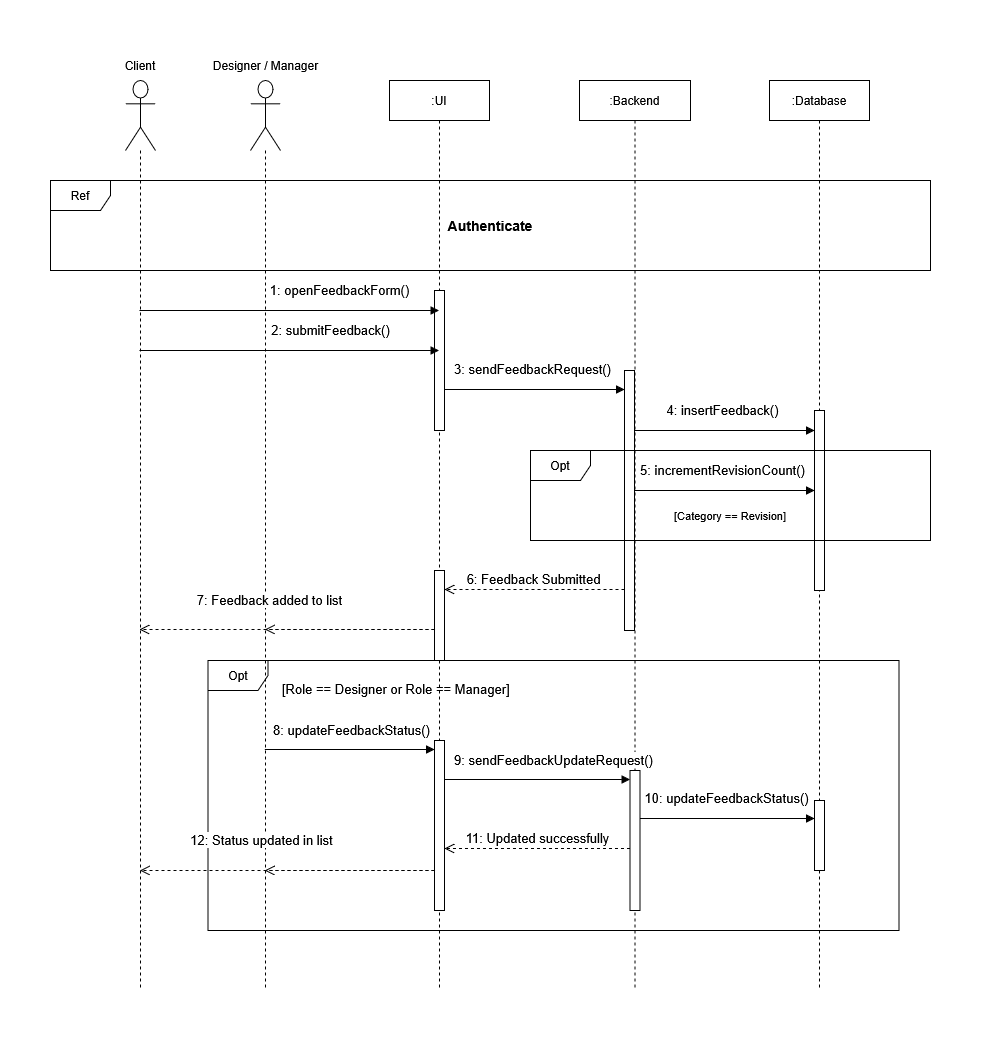
The draw.io diagram docs/diagrams/SequenceFeedback.drawio.png in mahdi000666/DesignFlow, before a commit. Source tidied: cells renumbered, new cells last; positions are measured from the earlier drawing's top-left corner, leaving out a move shared by most shapes.
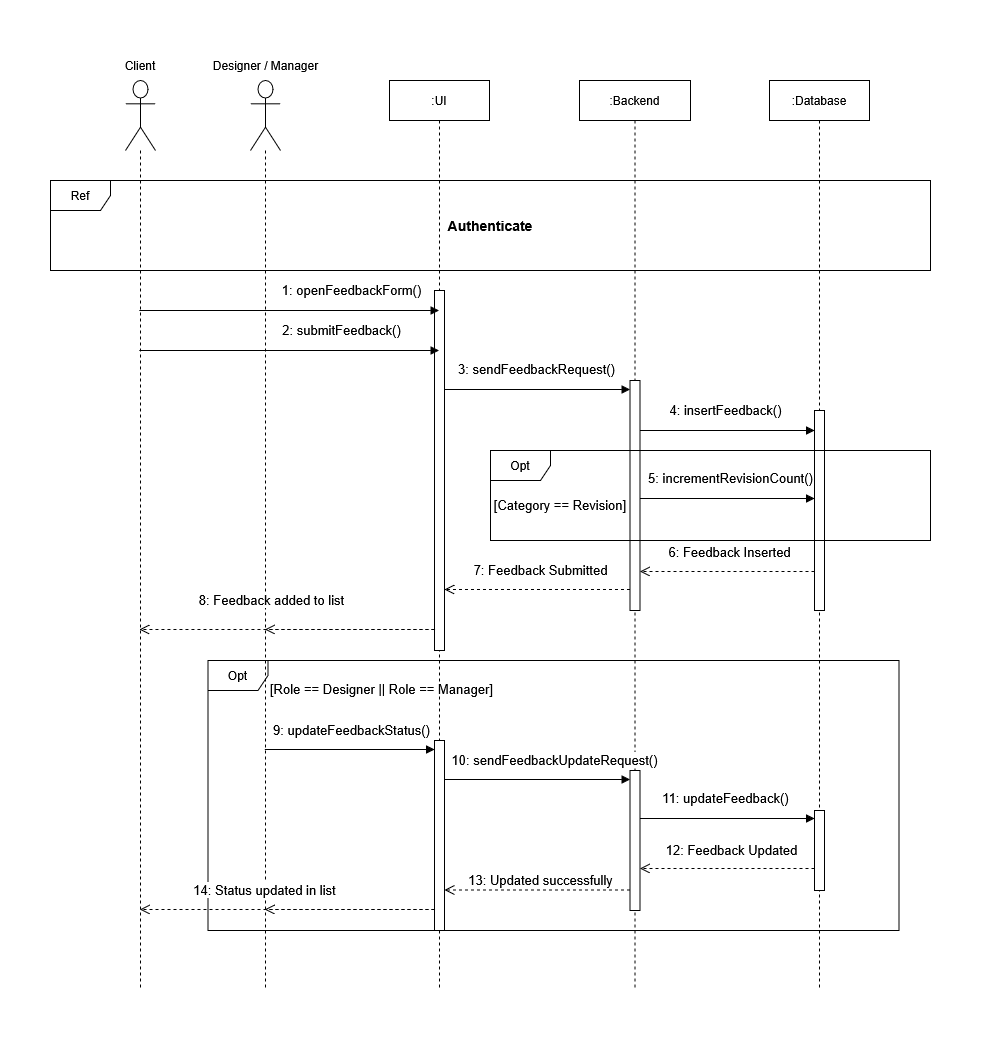
Later version of the same file.

Diff of the diagram source:
```diff
@@ -9,16 +9,13 @@
       <mxGeometry x="339" y="30" width="100" height="910" as="geometry" />
     </mxCell>
     <mxCell id="4" style="html=1;perimeter=orthogonalPerimeter;targetShapes=umlLifeline;newEdgeStyle={&quot;curved&quot;:0,&quot;rounded&quot;:0};" parent="3" vertex="1">
-      <mxGeometry x="45" y="210" width="10" height="140" as="geometry" />
+      <mxGeometry x="45" y="210" width="10" height="360" as="geometry" />
     </mxCell>
-    <mxCell id="5" style="html=1;perimeter=orthogonalPerimeter;targetShapes=umlLifeline;newEdgeStyle={&quot;curved&quot;:0,&quot;rounded&quot;:0};" parent="3" vertex="1">
-      <mxGeometry x="45" y="490" width="10" height="90" as="geometry" />
-    </mxCell>
     <mxCell id="6" value="&lt;div&gt;:Backend&lt;/div&gt;" style="shape=umlLifeline;perimeter=lifelinePerimeter;whiteSpace=wrap;html=1;newEdgeStyle={&quot;curved&quot;:0,&quot;rounded&quot;:0};" parent="1" vertex="1">
       <mxGeometry x="529" y="30" width="111" height="910" as="geometry" />
     </mxCell>
     <mxCell id="7" style="html=1;points=[[0,0,0,0,5],[0,1,0,0,-5],[1,0,0,0,5],[1,1,0,0,-5]];perimeter=orthogonalPerimeter;outlineConnect=0;targetShapes=umlLifeline;portConstraint=eastwest;newEdgeStyle={&quot;curved&quot;:0,&quot;rounded&quot;:0};" parent="6" vertex="1">
-      <mxGeometry x="45" y="290" width="10" height="260" as="geometry" />
+      <mxGeometry x="50.5" y="300" width="10" height="230" as="geometry" />
     </mxCell>
     <mxCell id="8" value="Opt" style="shape=umlFrame;whiteSpace=wrap;html=1;" parent="6" vertex="1">
       <mxGeometry x="-371.5" y="580" width="691" height="270" as="geometry" />
@@ -30,13 +27,13 @@
       <mxGeometry x="719" y="30" width="100" height="910" as="geometry" />
     </mxCell>
     <mxCell id="11" style="html=1;points=[[0,0,0,0,5],[0,1,0,0,-5],[1,0,0,0,5],[1,1,0,0,-5]];perimeter=orthogonalPerimeter;outlineConnect=0;targetShapes=umlLifeline;portConstraint=eastwest;newEdgeStyle={&quot;curved&quot;:0,&quot;rounded&quot;:0};" parent="10" vertex="1">
-      <mxGeometry x="45" y="330" width="10" height="180" as="geometry" />
+      <mxGeometry x="45" y="330" width="10" height="200" as="geometry" />
     </mxCell>
     <mxCell id="12" style="html=1;perimeter=orthogonalPerimeter;targetShapes=umlLifeline;newEdgeStyle={&quot;curved&quot;:0,&quot;rounded&quot;:0};" parent="10" vertex="1">
-      <mxGeometry x="45" y="720" width="10" height="70" as="geometry" />
+      <mxGeometry x="45" y="730" width="10" height="80" as="geometry" />
     </mxCell>
     <mxCell id="13" value="2: submitFeedback()" style="html=1;verticalAlign=bottom;endArrow=block;strokeWidth=1;fontSize=13;" parent="1" edge="1" source="2">
-      <mxGeometry x="0.27" y="10" relative="1" as="geometry">
+      <mxGeometry x="0.34" y="10" relative="1" as="geometry">
         <mxPoint x="388.5" y="300" as="targetPoint" />
       </mxGeometry>
     </mxCell>
@@ -50,7 +47,7 @@
       <mxGeometry x="410" y="160" width="60" height="30" as="geometry" />
     </mxCell>
     <mxCell id="17" value="1: openFeedbackForm()" style="html=1;verticalAlign=bottom;endArrow=block;strokeWidth=1;fontSize=13;" parent="1" edge="1" source="2">
-      <mxGeometry x="0.34" y="10" relative="1" as="geometry">
+      <mxGeometry x="0.41" y="10" relative="1" as="geometry">
         <mxPoint x="388.5" y="260" as="targetPoint" />
       </mxGeometry>
     </mxCell>
@@ -59,15 +56,14 @@
         <mxPoint x="394" y="339" as="sourcePoint" />
       </mxGeometry>
     </mxCell>
-    <mxCell id="19" value="4: insertFeedback()" style="html=1;verticalAlign=bottom;endArrow=block;strokeWidth=1;fontSize=13;" parent="1" edge="1">
+    <mxCell id="19" value="4: insertFeedback()" style="html=1;verticalAlign=bottom;endArrow=block;strokeWidth=1;fontSize=13;" parent="1" edge="1" source="7">
       <mxGeometry x="-0.02" y="10" relative="1" as="geometry">
-        <mxPoint x="584" y="380" as="sourcePoint" />
         <mxPoint x="764" y="380" as="targetPoint" />
       </mxGeometry>
     </mxCell>
-    <mxCell id="20" value="6: Feedback Submitted" style="html=1;verticalAlign=bottom;endArrow=open;dashed=1;endSize=8;curved=0;rounded=0;fontSize=13;" parent="1" edge="1">
-      <mxGeometry relative="1" as="geometry">
-        <mxPoint x="574" y="539" as="sourcePoint" />
+    <mxCell id="20" value="7: Feedback Submitted" style="html=1;verticalAlign=bottom;endArrow=open;dashed=1;endSize=8;curved=0;rounded=0;fontSize=13;" parent="1" edge="1">
+      <mxGeometry x="-0.04" y="-9" relative="1" as="geometry">
+        <mxPoint x="579.5" y="539" as="sourcePoint" />
         <mxPoint x="394" y="539" as="targetPoint" />
       </mxGeometry>
     </mxCell>
@@ -77,35 +73,36 @@
     <mxCell id="22" value="Designer / Manager" style="text;html=1;whiteSpace=wrap;strokeColor=none;fillColor=none;align=center;verticalAlign=middle;rounded=0;" parent="1" vertex="1">
       <mxGeometry x="157.5" width="115" height="30" as="geometry" />
     </mxCell>
-    <mxCell id="23" value="7: Feedback added to list" style="html=1;verticalAlign=bottom;endArrow=open;dashed=1;endSize=8;curved=0;rounded=0;fontSize=13;" parent="1" edge="1">
+    <mxCell id="23" value="8: Feedback added to list" style="html=1;verticalAlign=bottom;endArrow=open;dashed=1;endSize=8;curved=0;rounded=0;fontSize=13;" parent="1" edge="1">
       <mxGeometry x="0.93" y="-19" relative="1" as="geometry">
         <mxPoint x="384" y="579" as="sourcePoint" />
         <mxPoint x="214.3" y="579" as="targetPoint" />
       </mxGeometry>
     </mxCell>
     <mxCell id="24" value="Opt" style="shape=umlFrame;whiteSpace=wrap;html=1;" parent="1" vertex="1">
-      <mxGeometry x="480" y="400" width="400" height="90" as="geometry" />
+      <mxGeometry x="440" y="400" width="440" height="90" as="geometry" />
     </mxCell>
-    <mxCell id="25" value="5: incrementRevisionCount()" style="html=1;verticalAlign=bottom;endArrow=block;strokeWidth=1;fontSize=13;" parent="1" edge="1" target="11">
-      <mxGeometry x="-0.02" y="10" relative="1" as="geometry">
-        <mxPoint x="584" y="440" as="sourcePoint" />
+    <mxCell id="25" value="5: incrementRevisionCount()" style="html=1;verticalAlign=bottom;endArrow=block;strokeWidth=1;fontSize=13;" parent="1" edge="1">
+      <mxGeometry x="0.04" y="10" relative="1" as="geometry">
+        <mxPoint x="589.5" y="448" as="sourcePoint" />
+        <mxPoint x="764" y="448" as="targetPoint" />
       </mxGeometry>
     </mxCell>
-    <mxCell id="26" value="[Category == Revision]" style="text;html=1;whiteSpace=wrap;strokeColor=none;fillColor=none;align=center;verticalAlign=middle;rounded=0;fontSize=11;" parent="1" vertex="1">
-      <mxGeometry x="622.2" y="450" width="115.5" height="30" as="geometry" />
+    <mxCell id="26" value="[Category == Revision]" style="text;html=1;whiteSpace=wrap;strokeColor=none;fillColor=none;align=center;verticalAlign=middle;rounded=0;fontSize=13;" parent="1" vertex="1">
+      <mxGeometry x="435" y="440" width="150" height="30" as="geometry" />
     </mxCell>
     <mxCell id="27" style="html=1;verticalAlign=bottom;endArrow=open;dashed=1;endSize=8;curved=0;rounded=0;fontSize=13;" parent="1" edge="1" target="2">
       <mxGeometry x="0.11" y="-19" relative="1" as="geometry">
         <mxPoint x="384" y="579" as="sourcePoint" />
       </mxGeometry>
     </mxCell>
-    <mxCell id="28" value="8: updateFeedbackStatus()" style="html=1;verticalAlign=bottom;endArrow=block;strokeWidth=1;fontSize=13;" parent="1" edge="1" source="31">
+    <mxCell id="28" value="9: updateFeedbackStatus()" style="html=1;verticalAlign=bottom;endArrow=block;strokeWidth=1;fontSize=13;" parent="1" edge="1" source="31">
       <mxGeometry x="-1" y="-88" relative="1" as="geometry">
         <mxPoint x="388.5" y="699" as="targetPoint" />
       </mxGeometry>
     </mxCell>
-    <mxCell id="29" value="[Role == Designer or Role == Manager]" style="text;whiteSpace=wrap;html=1;fontSize=13;" parent="1" vertex="1">
-      <mxGeometry x="230" y="625" width="250" height="30" as="geometry" />
+    <mxCell id="29" value="&lt;div&gt;[Role == Designer || Role == Manager]&lt;/div&gt;" style="text;whiteSpace=wrap;html=1;fontSize=13;" parent="1" vertex="1">
+      <mxGeometry x="218" y="625" width="250" height="30" as="geometry" />
     </mxCell>
     <mxCell id="30" style="html=1;verticalAlign=bottom;endArrow=block;strokeWidth=1;fontSize=13;" parent="1" edge="1" target="31">
       <mxGeometry x="-0.02" y="10" relative="1" as="geometry">
@@ -113,34 +110,48 @@
       </mxGeometry>
     </mxCell>
     <mxCell id="31" style="html=1;points=[[0,0,0,0,5],[0,1,0,0,-5],[1,0,0,0,5],[1,1,0,0,-5]];perimeter=orthogonalPerimeter;outlineConnect=0;targetShapes=umlLifeline;portConstraint=eastwest;newEdgeStyle={&quot;curved&quot;:0,&quot;rounded&quot;:0};" parent="1" vertex="1">
-      <mxGeometry x="384" y="690" width="10" height="170" as="geometry" />
+      <mxGeometry x="384" y="690" width="10" height="190" as="geometry" />
     </mxCell>
-    <mxCell id="32" value="&lt;font&gt;&lt;font&gt;9: sendFeedbackUpdateRequest()&lt;/font&gt;&lt;/font&gt;" style="html=1;verticalAlign=bottom;endArrow=block;strokeWidth=1;fontSize=13;" parent="1" edge="1" target="9">
+    <mxCell id="32" value="&lt;font&gt;&lt;font&gt;10: sendFeedbackUpdateRequest()&lt;/font&gt;&lt;/font&gt;" style="html=1;verticalAlign=bottom;endArrow=block;strokeWidth=1;fontSize=13;" parent="1" edge="1" target="9">
       <mxGeometry x="0.18" y="9" relative="1" as="geometry">
         <mxPoint x="394" y="729" as="sourcePoint" />
       </mxGeometry>
     </mxCell>
-    <mxCell id="33" value="11: Updated successfully" style="html=1;verticalAlign=bottom;endArrow=open;dashed=1;endSize=8;curved=0;rounded=0;fontSize=13;" parent="1" edge="1" source="9">
-      <mxGeometry relative="1" as="geometry">
-        <mxPoint x="394" y="798" as="targetPoint" />
-      </mxGeometry>
-    </mxCell>
-    <mxCell id="34" value="10: updateFeedbackStatus()" style="html=1;verticalAlign=bottom;endArrow=block;strokeWidth=1;fontSize=13;" parent="1" edge="1" source="9">
+    <mxCell id="34" value="11: updateFeedback()" style="html=1;verticalAlign=bottom;endArrow=block;strokeWidth=1;fontSize=13;" parent="1" edge="1" source="9">
       <mxGeometry x="-0.02" y="10" relative="1" as="geometry">
         <mxPoint x="764" y="768" as="targetPoint" />
       </mxGeometry>
     </mxCell>
-    <mxCell id="35" value="12: Status updated in list" style="html=1;verticalAlign=bottom;endArrow=open;dashed=1;endSize=8;curved=0;rounded=0;fontSize=13;" parent="1" edge="1" source="31">
-      <mxGeometry x="1" y="-20" relative="1" as="geometry">
-        <mxPoint x="214.1" y="820" as="targetPoint" />
-        <mxPoint x="-4" as="offset" />
+    <mxCell id="35" value="14: Status updated in list" style="html=1;verticalAlign=bottom;endArrow=open;dashed=1;endSize=8;curved=0;rounded=0;fontSize=13;" parent="1" edge="1">
+      <mxGeometry x="1" y="-9" relative="1" as="geometry">
+        <mxPoint x="384" y="859" as="sourcePoint" />
+        <mxPoint x="214.1" y="859" as="targetPoint" />
       </mxGeometry>
     </mxCell>
     <mxCell id="36" style="html=1;verticalAlign=bottom;endArrow=open;dashed=1;endSize=8;curved=0;rounded=0;fontSize=13;" parent="1" edge="1">
       <mxGeometry x="0.93" y="-20" relative="1" as="geometry">
-        <mxPoint x="384" y="820" as="sourcePoint" />
-        <mxPoint x="89.5" y="820" as="targetPoint" />
+        <mxPoint x="384" y="859" as="sourcePoint" />
+        <mxPoint x="89.5" y="859" as="targetPoint" />
       </mxGeometry>
     </mxCell>
+    <mxCell id="33" value="13: Updated successfully" style="html=1;verticalAlign=bottom;endArrow=open;dashed=1;endSize=8;curved=0;rounded=0;fontSize=13;" parent="1" edge="1">
+      <mxGeometry x="-0.04" y="1" relative="1" as="geometry">
+        <mxPoint x="579.5" y="839.5" as="sourcePoint" />
+        <mxPoint x="394" y="839.5" as="targetPoint" />
+        <mxPoint y="-1" as="offset" />
+      </mxGeometry>
+    </mxCell>
+    <mxCell id="37" value="6: Feedback Inserted" style="html=1;verticalAlign=bottom;endArrow=open;dashed=1;endSize=8;curved=0;rounded=0;fontSize=13;" parent="1" edge="1">
+      <mxGeometry x="-0.04" y="-9" relative="1" as="geometry">
+        <mxPoint x="764" y="521" as="sourcePoint" />
+        <mxPoint x="589.5" y="521" as="targetPoint" />
+      </mxGeometry>
+    </mxCell>
+    <mxCell id="38" value="12: Feedback Updated" style="html=1;verticalAlign=bottom;endArrow=open;dashed=1;endSize=8;curved=0;rounded=0;fontSize=13;" parent="1" edge="1">
+      <mxGeometry x="-0.04" y="-8" relative="1" as="geometry">
+        <mxPoint x="764" y="818" as="sourcePoint" />
+        <mxPoint x="589.5" y="818" as="targetPoint" />
+      </mxGeometry>
+    </mxCell>
   </root>
 </mxGraphModel>
```
